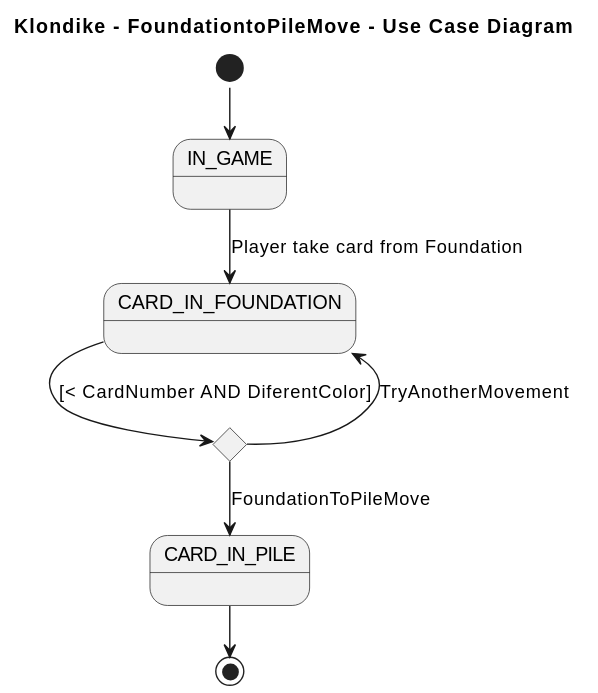
Before: out/2 Modelo de vistas de caso de uso/Diagrama de caso de uso - FoundationToPileMove/UCFoundationtoPileMove.svg, a diagram exported from PlantUML (AngelOS95P/Maestria_IngSoftware_grupo6).
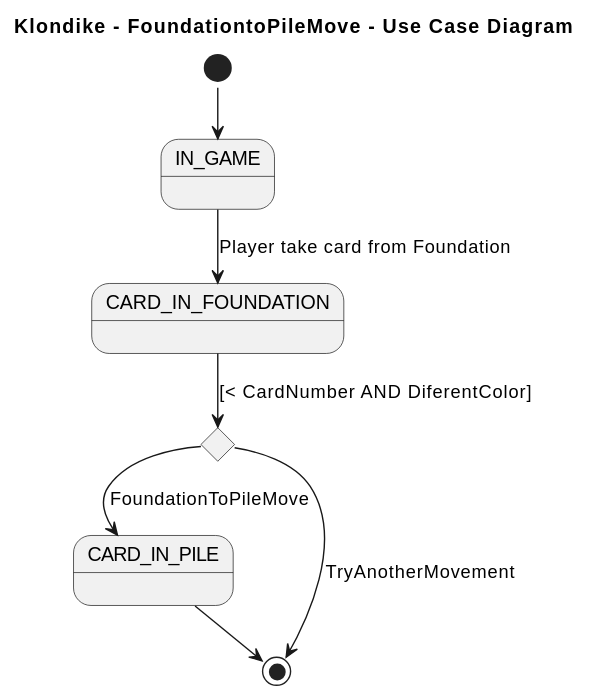
Above is the later version.

What changed in the source:
```diff
@@ -11,7 +11,7 @@
 IN_GAME --> CARD_IN_FOUNDATION: Player take card from Foundation
 CARD_IN_FOUNDATION --> if: [< CardNumber AND DiferentColor]
 if --> CARD_IN_PILE: FoundationToPileMove
-if --> CARD_IN_FOUNDATION: TryAnotherMovement
+if --> [*]: TryAnotherMovement
 CARD_IN_PILE--> [*]
 
 @enduml
```
